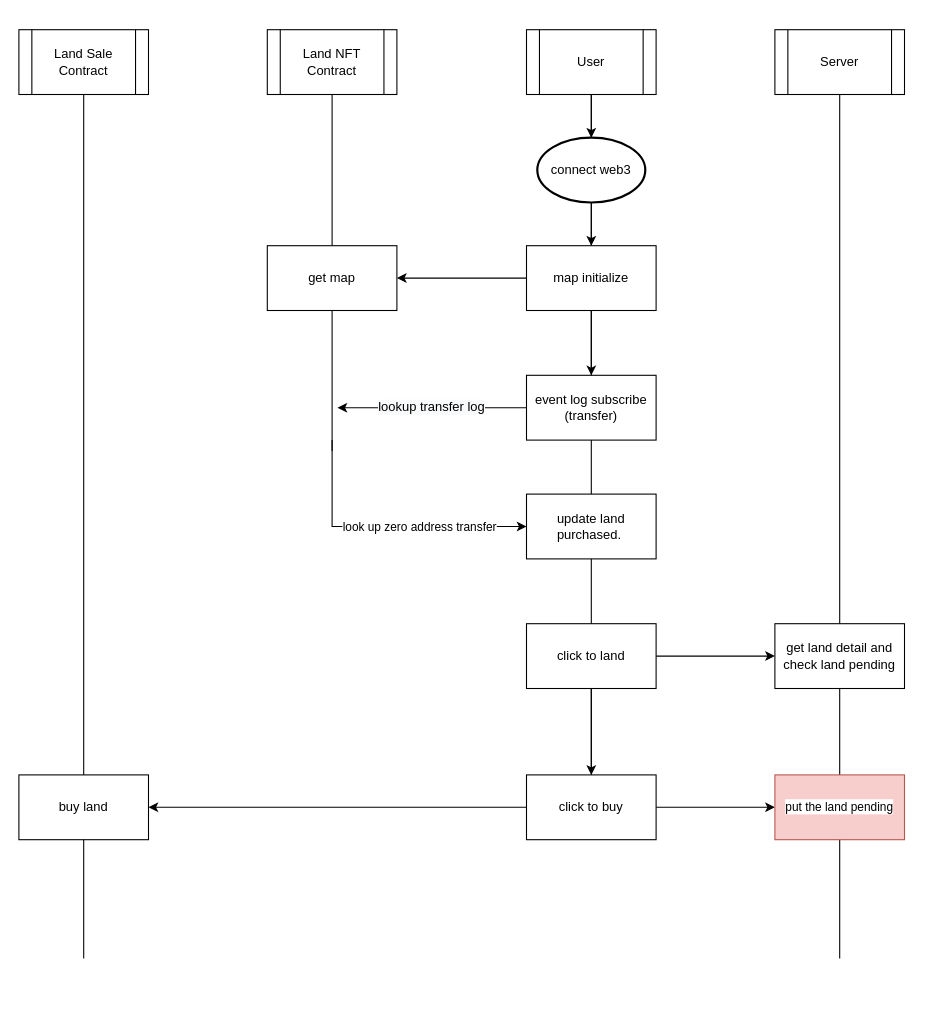
memberteen/craftdefi-ecosystem keeps this draw.io diagram as landsale-flow.drawio. Above is the earlier version. Source tidied: cells renumbered, new cells numbered last; positions are measured from the earlier drawing's top-left corner, leaving out a move shared by most shapes. Both pictures are drawn from the tidied source at 108%, with x=0, y=0 at pixel (18, 29).
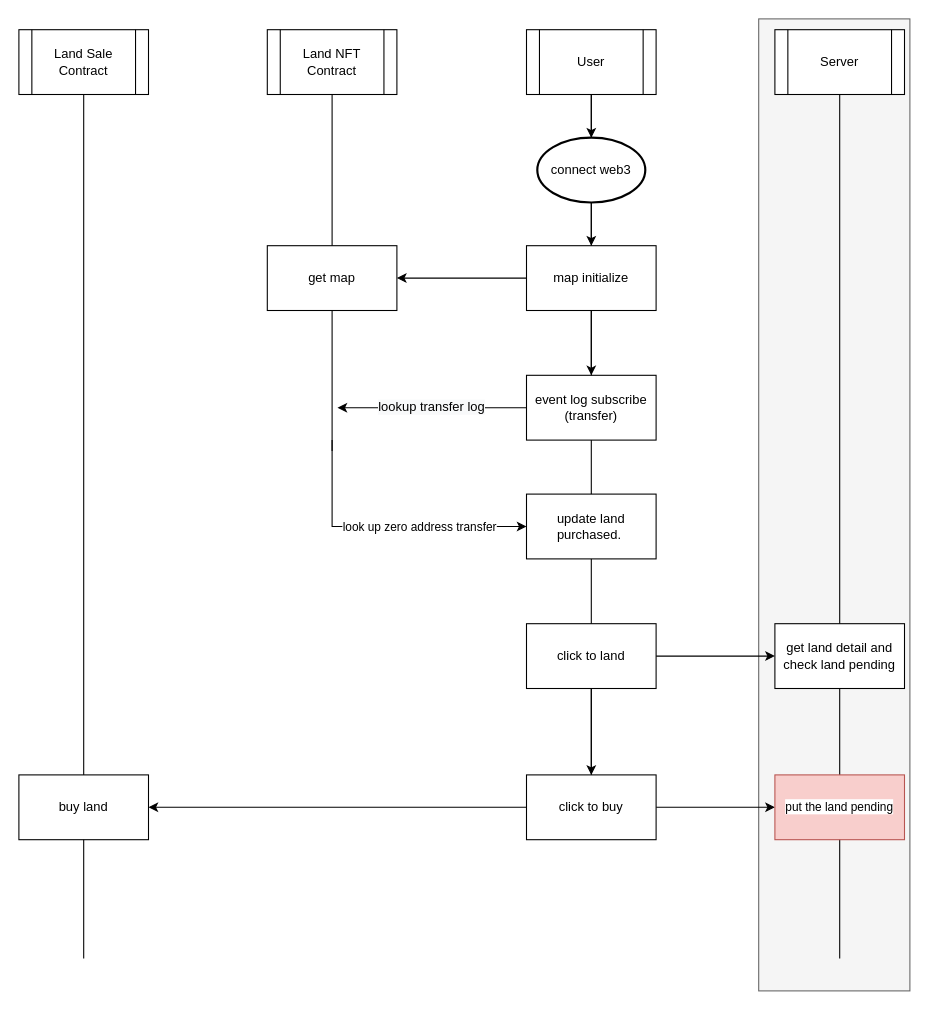
Above is the later version.

Change to the diagram source:
```diff
@@
+    <mxCell id="31" style="rounded=0;whiteSpace=wrap;html=1;fillColor=#f5f5f5;fontColor=#333333;strokeColor=#666666;" parent="1" vertex="1">
+      <mxGeometry x="685" y="-10" width="140" height="900" as="geometry" />
+    </mxCell>
```
